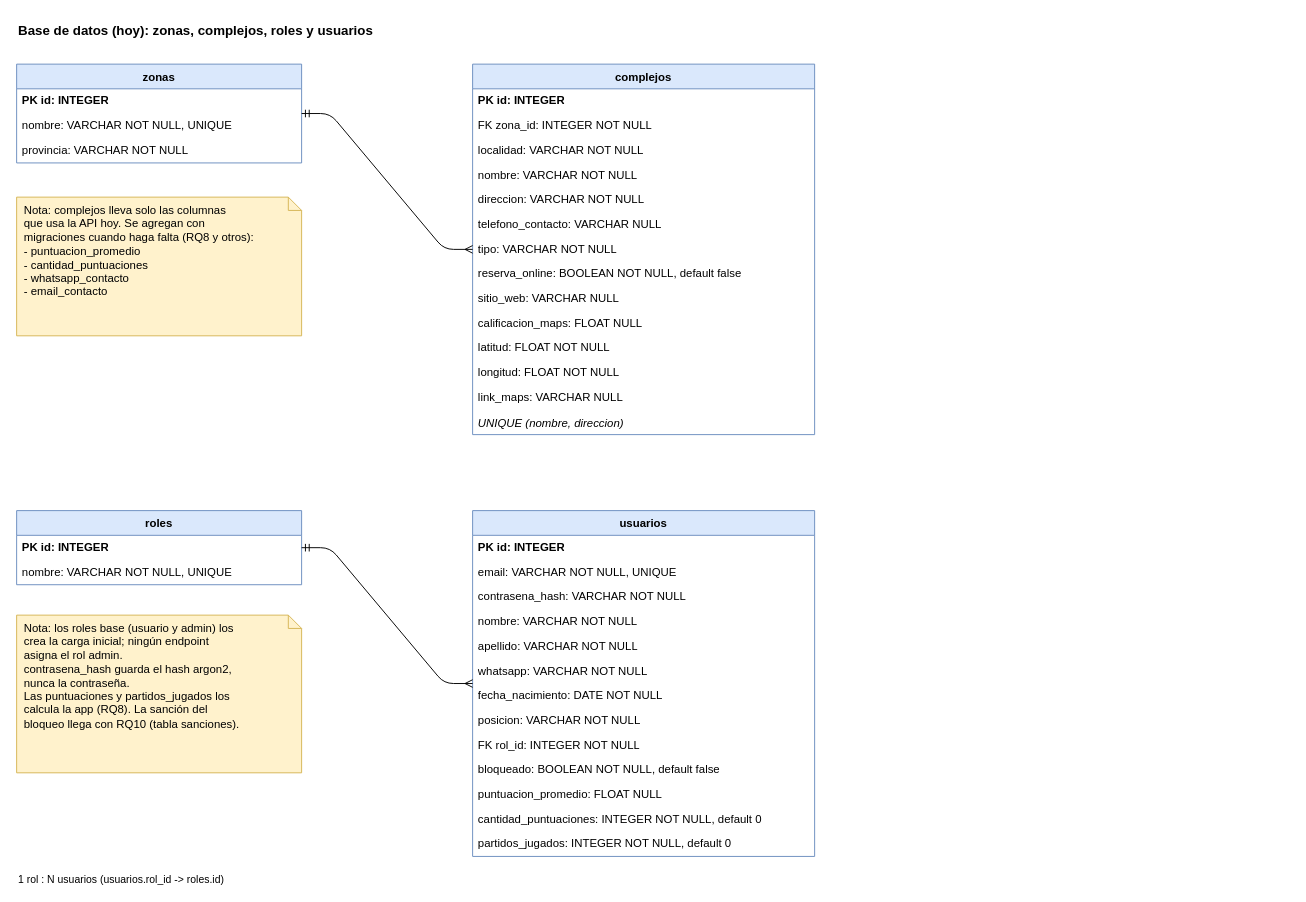
This is docs/diagramas/base-de-datos.drawio from nvranco/fulvo, a draw.io file, before an edit. Source tidied: cells renumbered, new cells numbered last; positions are measured from the earlier drawing's top-left corner, leaving out a move shared by most shapes. Both pictures are drawn from the tidied source at 95%, with x=0, y=0 at pixel (16, 16).
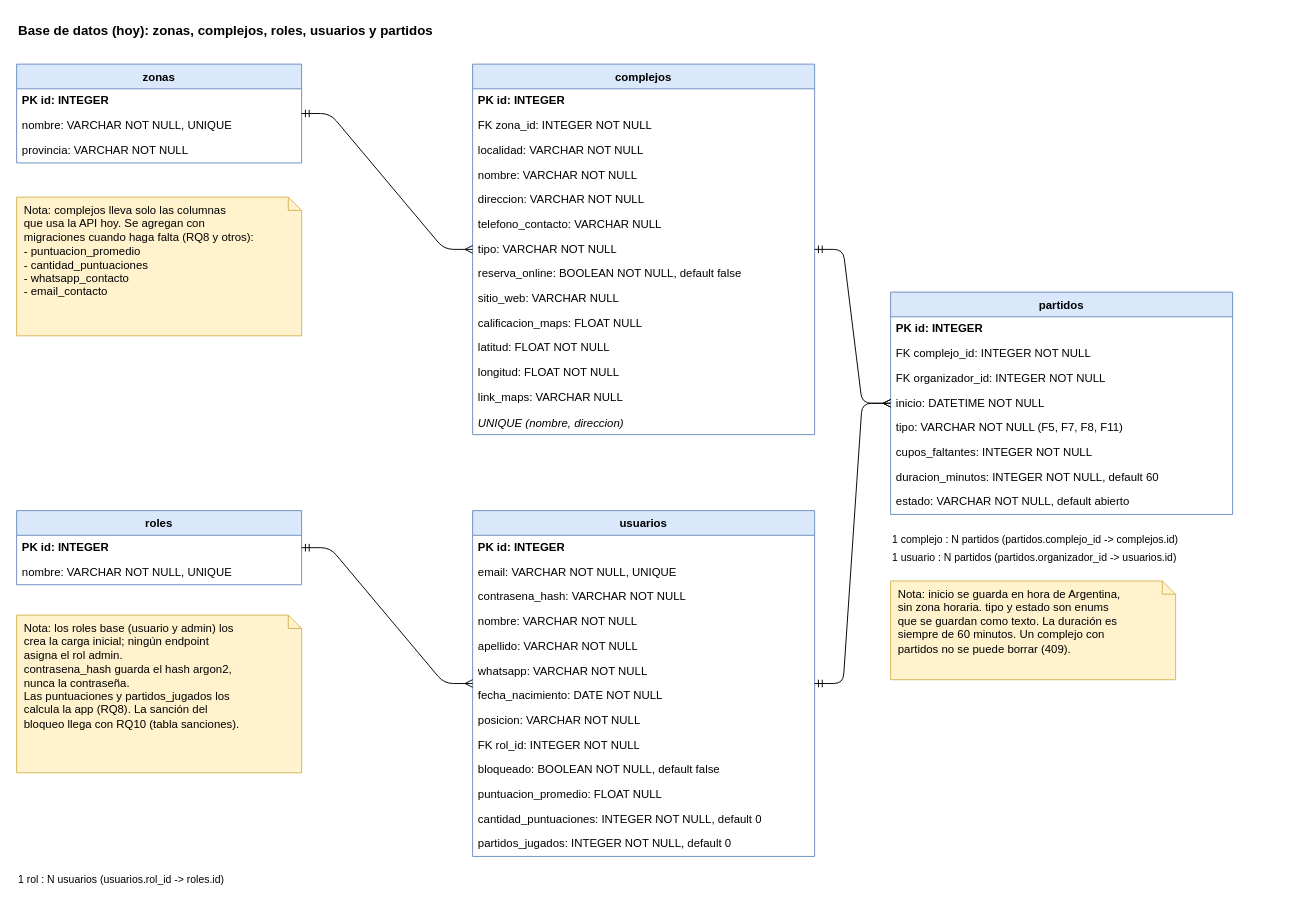
The same diagram, later.

Commit message (it also covers changes not shown here):
docs: documento partidos en requerimientos, base de datos y diagrama

The change refers to these unchanged cells:
```xml
<mxCell id="6" value="complejos" style="swimlane;fontStyle=1;align=center;verticalAlign=top;horizontal=1;startSize=26;fillColor=#dae8fc;strokeColor=#6c8ebf;" parent="1" vertex="1">
  <mxGeometry x="480" y="50" width="360" height="390" as="geometry" />
</mxCell>
<mxCell id="28" value="usuarios" style="swimlane;fontStyle=1;align=center;verticalAlign=top;horizontal=1;startSize=26;fillColor=#dae8fc;strokeColor=#6c8ebf;" parent="1" vertex="1">
  <mxGeometry x="480" y="520" width="360" height="364" as="geometry" />
</mxCell>
```

Diff of the diagram source:
```diff
@@
-    <mxCell id="22" value="Base de datos (hoy): zonas, complejos, roles y usuarios" style="text;html=1;align=left;fontStyle=1;fontSize=14;" parent="1" vertex="1">
+    <mxCell id="22" value="Base de datos (hoy): zonas, complejos, roles, usuarios y partidos" style="text;html=1;align=left;fontStyle=1;fontSize=14;" parent="1" vertex="1">
       <mxGeometry width="420" height="24" as="geometry" />
     </mxCell>
@@
+    <mxCell id="45" value="partidos" style="swimlane;fontStyle=1;align=center;verticalAlign=top;horizontal=1;startSize=26;fillColor=#dae8fc;strokeColor=#6c8ebf;" parent="1" vertex="1">
+      <mxGeometry x="920" y="290" width="360" height="234" as="geometry" />
+    </mxCell>
+    <mxCell id="46" value="PK  id: INTEGER" style="text;strokeColor=none;fillColor=none;align=left;verticalAlign=middle;spacingLeft=4;spacingRight=4;overflow=hidden;whiteSpace=wrap;fontStyle=1;" parent="45" vertex="1">
+      <mxGeometry y="26" width="360" height="26" as="geometry" />
+    </mxCell>
+    <mxCell id="47" value="FK  complejo_id: INTEGER  NOT NULL" style="text;strokeColor=none;fillColor=none;align=left;verticalAlign=middle;spacingLeft=4;spacingRight=4;overflow=hidden;whiteSpace=wrap;" parent="45" vertex="1">
+      <mxGeometry y="52" width="360" height="26" as="geometry" />
+    </mxCell>
+    <mxCell id="48" value="FK  organizador_id: INTEGER  NOT NULL" style="text;strokeColor=none;fillColor=none;align=left;verticalAlign=middle;spacingLeft=4;spacingRight=4;overflow=hidden;whiteSpace=wrap;" parent="45" vertex="1">
+      <mxGeometry y="78" width="360" height="26" as="geometry" />
+    </mxCell>
+    <mxCell id="49" value="inicio: DATETIME  NOT NULL" style="text;strokeColor=none;fillColor=none;align=left;verticalAlign=middle;spacingLeft=4;spacingRight=4;overflow=hidden;whiteSpace=wrap;" parent="45" vertex="1">
+      <mxGeometry y="104" width="360" height="26" as="geometry" />
+    </mxCell>
+    <mxCell id="50" value="tipo: VARCHAR  NOT NULL (F5, F7, F8, F11)" style="text;strokeColor=none;fillColor=none;align=left;verticalAlign=middle;spacingLeft=4;spacingRight=4;overflow=hidden;whiteSpace=wrap;" parent="45" vertex="1">
+      <mxGeometry y="130" width="360" height="26" as="geometry" />
+    </mxCell>
+    <mxCell id="51" value="cupos_faltantes: INTEGER  NOT NULL" style="text;strokeColor=none;fillColor=none;align=left;verticalAlign=middle;spacingLeft=4;spacingRight=4;overflow=hidden;whiteSpace=wrap;" parent="45" vertex="1">
+      <mxGeometry y="156" width="360" height="26" as="geometry" />
+    </mxCell>
+    <mxCell id="52" value="duracion_minutos: INTEGER  NOT NULL, default 60" style="text;strokeColor=none;fillColor=none;align=left;verticalAlign=middle;spacingLeft=4;spacingRight=4;overflow=hidden;whiteSpace=wrap;" parent="45" vertex="1">
+      <mxGeometry y="182" width="360" height="26" as="geometry" />
+    </mxCell>
+    <mxCell id="53" value="estado: VARCHAR  NOT NULL, default abierto" style="text;strokeColor=none;fillColor=none;align=left;verticalAlign=middle;spacingLeft=4;spacingRight=4;overflow=hidden;whiteSpace=wrap;" parent="45" vertex="1">
+      <mxGeometry y="208" width="360" height="26" as="geometry" />
+    </mxCell>
+    <mxCell id="54" style="edgeStyle=entityRelationEdgeStyle;endArrow=ERmany;startArrow=ERmandOne;endFill=0;startFill=0;" parent="1" edge="1" source="6" target="45">
+      <mxGeometry relative="1" as="geometry" />
+    </mxCell>
+    <mxCell id="55" style="edgeStyle=entityRelationEdgeStyle;endArrow=ERmany;startArrow=ERmandOne;endFill=0;startFill=0;" parent="1" edge="1" source="28" target="45">
+      <mxGeometry relative="1" as="geometry" />
+    </mxCell>
+    <mxCell id="56" value="1 complejo : N partidos (partidos.complejo_id -&gt; complejos.id)" style="text;html=1;align=left;fontSize=11;" parent="1" vertex="1">
+      <mxGeometry x="920" y="538" width="420" height="20" as="geometry" />
+    </mxCell>
+    <mxCell id="57" value="1 usuario : N partidos (partidos.organizador_id -&gt; usuarios.id)" style="text;html=1;align=left;fontSize=11;" parent="1" vertex="1">
+      <mxGeometry x="920" y="556" width="420" height="20" as="geometry" />
+    </mxCell>
+    <mxCell id="58" value="Nota: inicio se guarda en hora de Argentina,&#10;sin zona horaria. tipo y estado son enums&#10;que se guardan como texto. La duración es&#10;siempre de 60 minutos. Un complejo con&#10;partidos no se puede borrar (409)." style="shape=note;whiteSpace=wrap;html=1;align=left;verticalAlign=top;spacingLeft=6;fillColor=#fff2cc;strokeColor=#d6b656;size=14;" parent="1" vertex="1">
+      <mxGeometry x="920" y="594" width="300" height="104" as="geometry" />
+    </mxCell>
```
